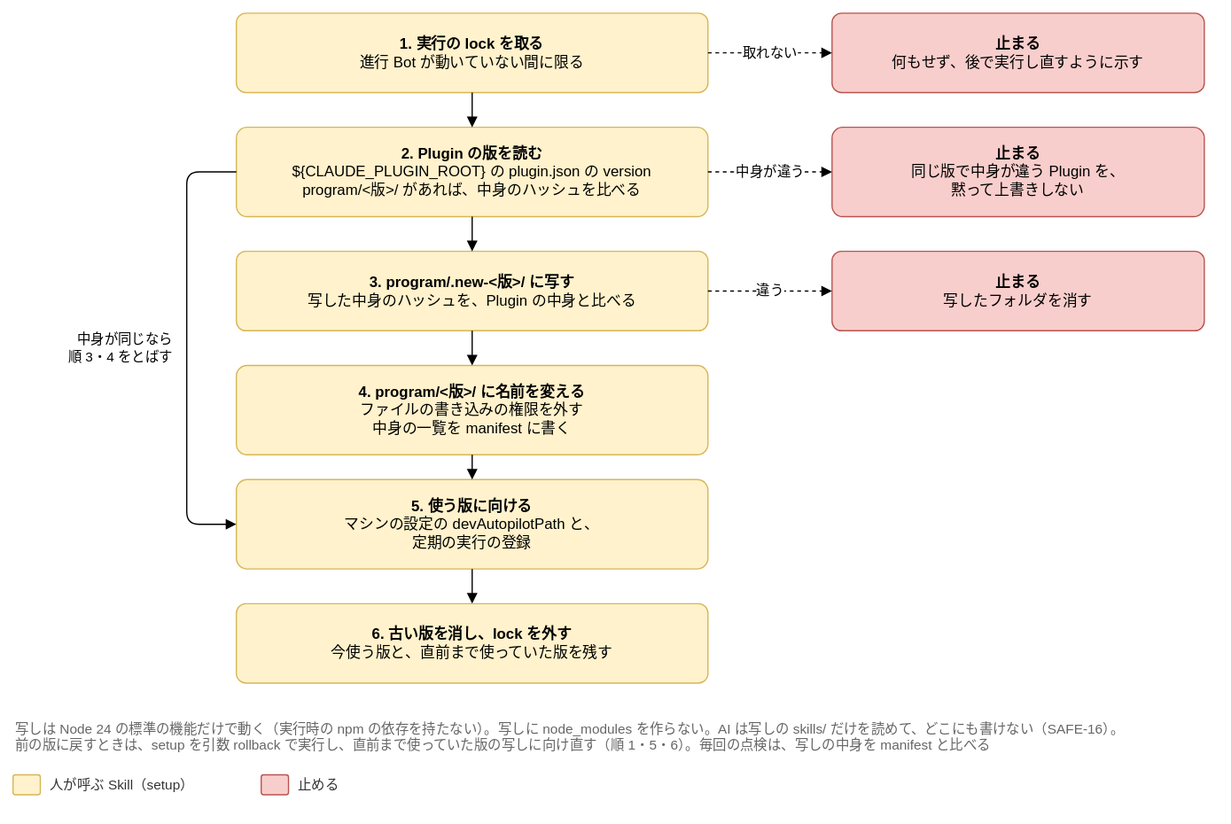
Joymerrevent/dev-autopilot keeps this draw.io diagram as docs/design/basic/diagrams/04-program-copy.drawio.svg. Above is the earlier version. Source tidied: cells renumbered, new cells last; positions are measured from the earlier drawing's top-left corner, leaving out a move shared by most shapes.
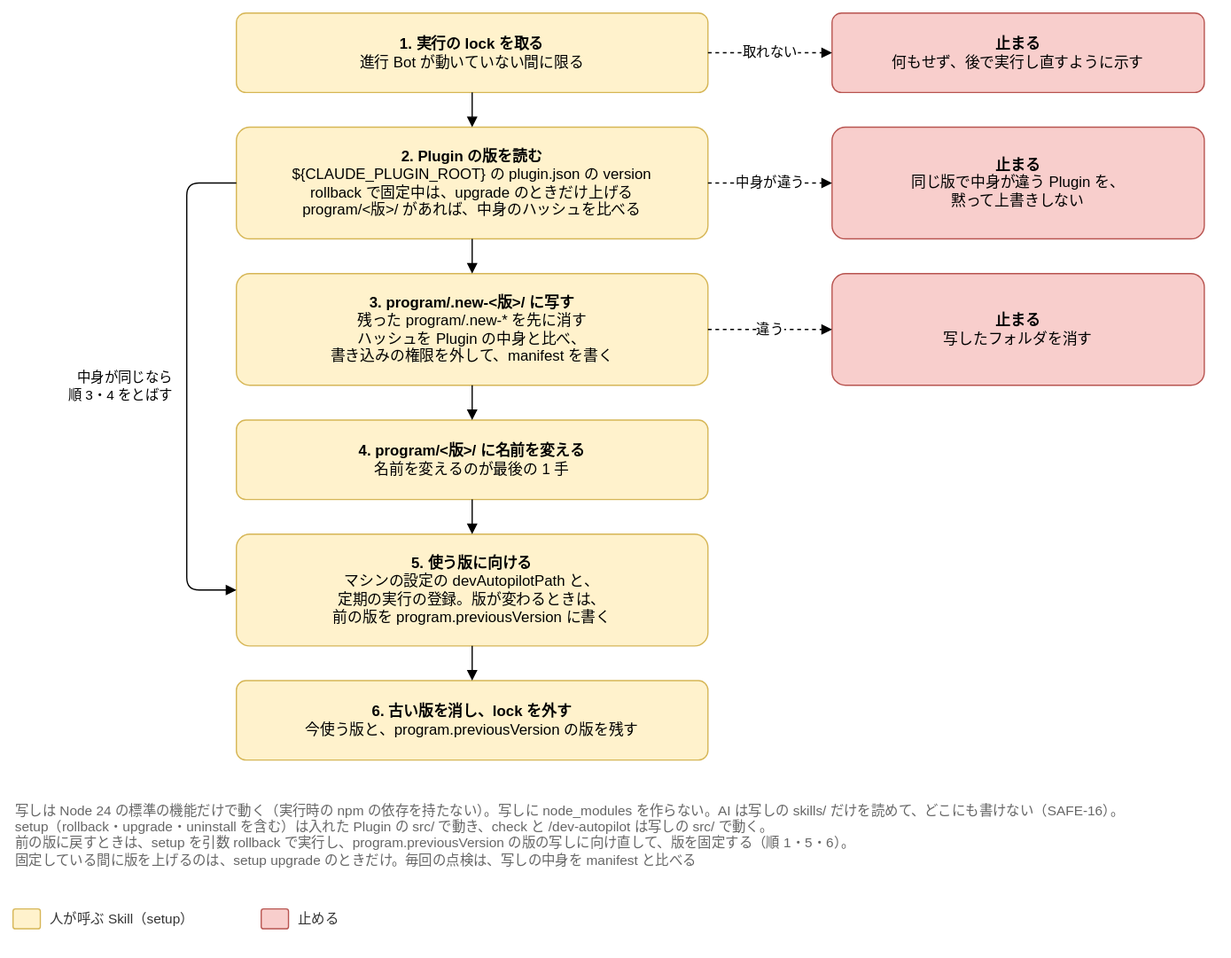
Later version of the same file.

The edit, as a diff of the source:
```diff
@@ -5,20 +5,20 @@
     <mxCell id="2" value="&lt;b&gt;1. 実行の lock を取る&lt;/b&gt;&lt;br&gt;進行 Bot が動いていない間に限る" style="rounded=1;whiteSpace=wrap;html=1;fontSize=12;arcSize=12;spacing=12;fillColor=#fff2cc;strokeColor=#d6b656;" parent="1" vertex="1">
       <mxGeometry x="180" width="380" height="64" as="geometry" />
     </mxCell>
-    <mxCell id="3" value="&lt;b&gt;2. Plugin の版を読む&lt;/b&gt;&lt;br&gt;${CLAUDE_PLUGIN_ROOT} の plugin.json の version&lt;br&gt;program/&amp;lt;版&amp;gt;/ があれば、中身のハッシュを比べる" style="rounded=1;whiteSpace=wrap;html=1;fontSize=12;arcSize=12;spacing=12;fillColor=#fff2cc;strokeColor=#d6b656;" parent="1" vertex="1">
-      <mxGeometry x="180" y="92" width="380" height="72" as="geometry" />
+    <mxCell id="3" value="&lt;b&gt;2. Plugin の版を読む&lt;/b&gt;&lt;br&gt;${CLAUDE_PLUGIN_ROOT} の plugin.json の version&lt;br&gt;rollback で固定中は、upgrade のときだけ上げる&lt;br&gt;program/&amp;lt;版&amp;gt;/ があれば、中身のハッシュを比べる" style="rounded=1;whiteSpace=wrap;html=1;fontSize=12;arcSize=12;spacing=12;fillColor=#fff2cc;strokeColor=#d6b656;" parent="1" vertex="1">
+      <mxGeometry x="180" y="92" width="380" height="90" as="geometry" />
     </mxCell>
-    <mxCell id="4" value="&lt;b&gt;3. program/.new-&amp;lt;版&amp;gt;/ に写す&lt;/b&gt;&lt;br&gt;写した中身のハッシュを、Plugin の中身と比べる" style="rounded=1;whiteSpace=wrap;html=1;fontSize=12;arcSize=12;spacing=12;fillColor=#fff2cc;strokeColor=#d6b656;" parent="1" vertex="1">
-      <mxGeometry x="180" y="192" width="380" height="64" as="geometry" />
+    <mxCell id="4" value="&lt;b&gt;3. program/.new-&amp;lt;版&amp;gt;/ に写す&lt;/b&gt;&lt;br&gt;残った program/.new-* を先に消す&lt;br&gt;ハッシュを Plugin の中身と比べ、&lt;br&gt;書き込みの権限を外して、manifest を書く" style="rounded=1;whiteSpace=wrap;html=1;fontSize=12;arcSize=12;spacing=12;fillColor=#fff2cc;strokeColor=#d6b656;" parent="1" vertex="1">
+      <mxGeometry x="180" y="210" width="380" height="90" as="geometry" />
     </mxCell>
-    <mxCell id="5" value="&lt;b&gt;4. program/&amp;lt;版&amp;gt;/ に名前を変える&lt;/b&gt;&lt;br&gt;ファイルの書き込みの権限を外す&lt;br&gt;中身の一覧を manifest に書く" style="rounded=1;whiteSpace=wrap;html=1;fontSize=12;arcSize=12;spacing=12;fillColor=#fff2cc;strokeColor=#d6b656;" parent="1" vertex="1">
-      <mxGeometry x="180" y="284" width="380" height="72" as="geometry" />
+    <mxCell id="5" value="&lt;b&gt;4. program/&amp;lt;版&amp;gt;/ に名前を変える&lt;/b&gt;&lt;br&gt;名前を変えるのが最後の 1 手" style="rounded=1;whiteSpace=wrap;html=1;fontSize=12;arcSize=12;spacing=12;fillColor=#fff2cc;strokeColor=#d6b656;" parent="1" vertex="1">
+      <mxGeometry x="180" y="328" width="380" height="64" as="geometry" />
     </mxCell>
-    <mxCell id="6" value="&lt;b&gt;5. 使う版に向ける&lt;/b&gt;&lt;br&gt;マシンの設定の devAutopilotPath と、&lt;br&gt;定期の実行の登録" style="rounded=1;whiteSpace=wrap;html=1;fontSize=12;arcSize=12;spacing=12;fillColor=#fff2cc;strokeColor=#d6b656;" parent="1" vertex="1">
-      <mxGeometry x="180" y="376" width="380" height="72" as="geometry" />
+    <mxCell id="6" value="&lt;b&gt;5. 使う版に向ける&lt;/b&gt;&lt;br&gt;マシンの設定の devAutopilotPath と、&lt;br&gt;定期の実行の登録。版が変わるときは、&lt;br&gt;前の版を program.previousVersion に書く" style="rounded=1;whiteSpace=wrap;html=1;fontSize=12;arcSize=12;spacing=12;fillColor=#fff2cc;strokeColor=#d6b656;" parent="1" vertex="1">
+      <mxGeometry x="180" y="420" width="380" height="90" as="geometry" />
     </mxCell>
-    <mxCell id="7" value="&lt;b&gt;6. 古い版を消し、lock を外す&lt;/b&gt;&lt;br&gt;今使う版と、直前まで使っていた版を残す" style="rounded=1;whiteSpace=wrap;html=1;fontSize=12;arcSize=12;spacing=12;fillColor=#fff2cc;strokeColor=#d6b656;" parent="1" vertex="1">
-      <mxGeometry x="180" y="476" width="380" height="64" as="geometry" />
+    <mxCell id="7" value="&lt;b&gt;6. 古い版を消し、lock を外す&lt;/b&gt;&lt;br&gt;今使う版と、program.previousVersion の版を残す" style="rounded=1;whiteSpace=wrap;html=1;fontSize=12;arcSize=12;spacing=12;fillColor=#fff2cc;strokeColor=#d6b656;" parent="1" vertex="1">
+      <mxGeometry x="180" y="538" width="380" height="64" as="geometry" />
     </mxCell>
     <mxCell id="8" style="edgeStyle=orthogonalEdgeStyle;rounded=1;html=1;endArrow=block;endFill=1;fontSize=11;labelBackgroundColor=#ffffff;exitX=0.5;exitY=1;exitDx=0;exitDy=0;entryX=0.5;entryY=0;entryDx=0;entryDy=0;" parent="1" edge="1" source="2" target="3">
       <mxGeometry relative="1" as="geometry" />
@@ -39,10 +39,10 @@
       <mxGeometry x="660" width="300" height="64" as="geometry" />
     </mxCell>
     <mxCell id="14" value="&lt;b&gt;止まる&lt;/b&gt;&lt;br&gt;同じ版で中身が違う Plugin を、&lt;br&gt;黙って上書きしない" style="rounded=1;whiteSpace=wrap;html=1;fontSize=12;arcSize=12;spacing=12;fillColor=#f8cecc;strokeColor=#b85450;" parent="1" vertex="1">
-      <mxGeometry x="660" y="92" width="300" height="72" as="geometry" />
+      <mxGeometry x="660" y="92" width="300" height="90" as="geometry" />
     </mxCell>
     <mxCell id="15" value="&lt;b&gt;止まる&lt;/b&gt;&lt;br&gt;写したフォルダを消す" style="rounded=1;whiteSpace=wrap;html=1;fontSize=12;arcSize=12;spacing=12;fillColor=#f8cecc;strokeColor=#b85450;" parent="1" vertex="1">
-      <mxGeometry x="660" y="192" width="300" height="64" as="geometry" />
+      <mxGeometry x="660" y="210" width="300" height="90" as="geometry" />
     </mxCell>
     <mxCell id="16" value="取れない" style="edgeStyle=orthogonalEdgeStyle;rounded=1;html=1;endArrow=block;endFill=1;fontSize=11;labelBackgroundColor=#ffffff;dashed=1;exitX=1;exitY=0.5;exitDx=0;exitDy=0;entryX=0;entryY=0.5;entryDx=0;entryDy=0;" parent="1" edge="1" source="2" target="13">
       <mxGeometry relative="1" as="geometry" />
@@ -56,28 +56,28 @@
     <mxCell id="19" style="edgeStyle=orthogonalEdgeStyle;rounded=1;html=1;endArrow=block;endFill=1;fontSize=11;labelBackgroundColor=#ffffff;exitX=0;exitY=0.5;exitDx=0;exitDy=0;entryX=0;entryY=0.5;entryDx=0;entryDy=0;" parent="1" edge="1" source="3" target="6">
       <mxGeometry relative="1" as="geometry">
         <Array as="points">
-          <mxPoint x="140" y="128" />
-          <mxPoint x="140" y="412" />
+          <mxPoint x="140" y="137" />
+          <mxPoint x="140" y="465" />
         </Array>
       </mxGeometry>
     </mxCell>
     <mxCell id="20" value="中身が同じなら&lt;br&gt;順 3・4 をとばす" style="text;html=1;align=right;verticalAlign=middle;fontSize=11;" parent="1" vertex="1">
-      <mxGeometry y="250" width="130" height="40" as="geometry" />
+      <mxGeometry y="281" width="130" height="40" as="geometry" />
     </mxCell>
-    <mxCell id="21" value="写しは Node 24 の標準の機能だけで動く（実行時の npm の依存を持たない）。写しに node_modules を作らない。AI は写しの skills/ だけを読めて、どこにも書けない（SAFE-16）。&lt;br&gt;前の版に戻すときは、setup を引数 rollback で実行し、直前まで使っていた版の写しに向け直す（順 1・5・6）。毎回の点検は、写しの中身を manifest と比べる" style="text;html=1;whiteSpace=wrap;align=left;verticalAlign=top;fontSize=11;fontColor=#666666;" parent="1" vertex="1">
-      <mxGeometry y="564" width="960" height="54" as="geometry" />
+    <mxCell id="21" value="写しは Node 24 の標準の機能だけで動く（実行時の npm の依存を持たない）。写しに node_modules を作らない。AI は写しの skills/ だけを読めて、どこにも書けない（SAFE-16）。&lt;br&gt;setup（rollback・upgrade・uninstall を含む）は入れた Plugin の src/ で動き、check と /dev-autopilot は写しの src/ で動く。&lt;br&gt;前の版に戻すときは、setup を引数 rollback で実行し、program.previousVersion の版の写しに向け直して、版を固定する（順 1・5・6）。&lt;br&gt;固定している間に版を上げるのは、setup upgrade のときだけ。毎回の点検は、写しの中身を manifest と比べる" style="text;html=1;whiteSpace=wrap;align=left;verticalAlign=top;fontSize=11;fontColor=#666666;" parent="1" vertex="1">
+      <mxGeometry y="630" width="960" height="72" as="geometry" />
     </mxCell>
     <mxCell id="22" style="rounded=1;whiteSpace=wrap;html=1;fontSize=12;arcSize=12;spacing=12;fillColor=#fff2cc;strokeColor=#d6b656;" parent="1" vertex="1">
-      <mxGeometry y="614" width="22" height="16" as="geometry" />
+      <mxGeometry y="722" width="22" height="16" as="geometry" />
     </mxCell>
     <mxCell id="23" value="人が呼ぶ Skill（setup）" style="text;html=1;align=left;verticalAlign=middle;fontSize=11;fontColor=#333333;" parent="1" vertex="1">
-      <mxGeometry x="28" y="612" width="156" height="20" as="geometry" />
+      <mxGeometry x="28" y="720" width="156" height="20" as="geometry" />
     </mxCell>
     <mxCell id="24" style="rounded=1;whiteSpace=wrap;html=1;fontSize=12;arcSize=12;spacing=12;fillColor=#f8cecc;strokeColor=#b85450;" parent="1" vertex="1">
-      <mxGeometry x="200" y="614" width="22" height="16" as="geometry" />
+      <mxGeometry x="200" y="722" width="22" height="16" as="geometry" />
     </mxCell>
     <mxCell id="25" value="止める" style="text;html=1;align=left;verticalAlign=middle;fontSize=11;fontColor=#333333;" parent="1" vertex="1">
-      <mxGeometry x="228" y="612" width="46" height="20" as="geometry" />
+      <mxGeometry x="228" y="720" width="46" height="20" as="geometry" />
     </mxCell>
   </root>
 </mxGraphModel>
```
